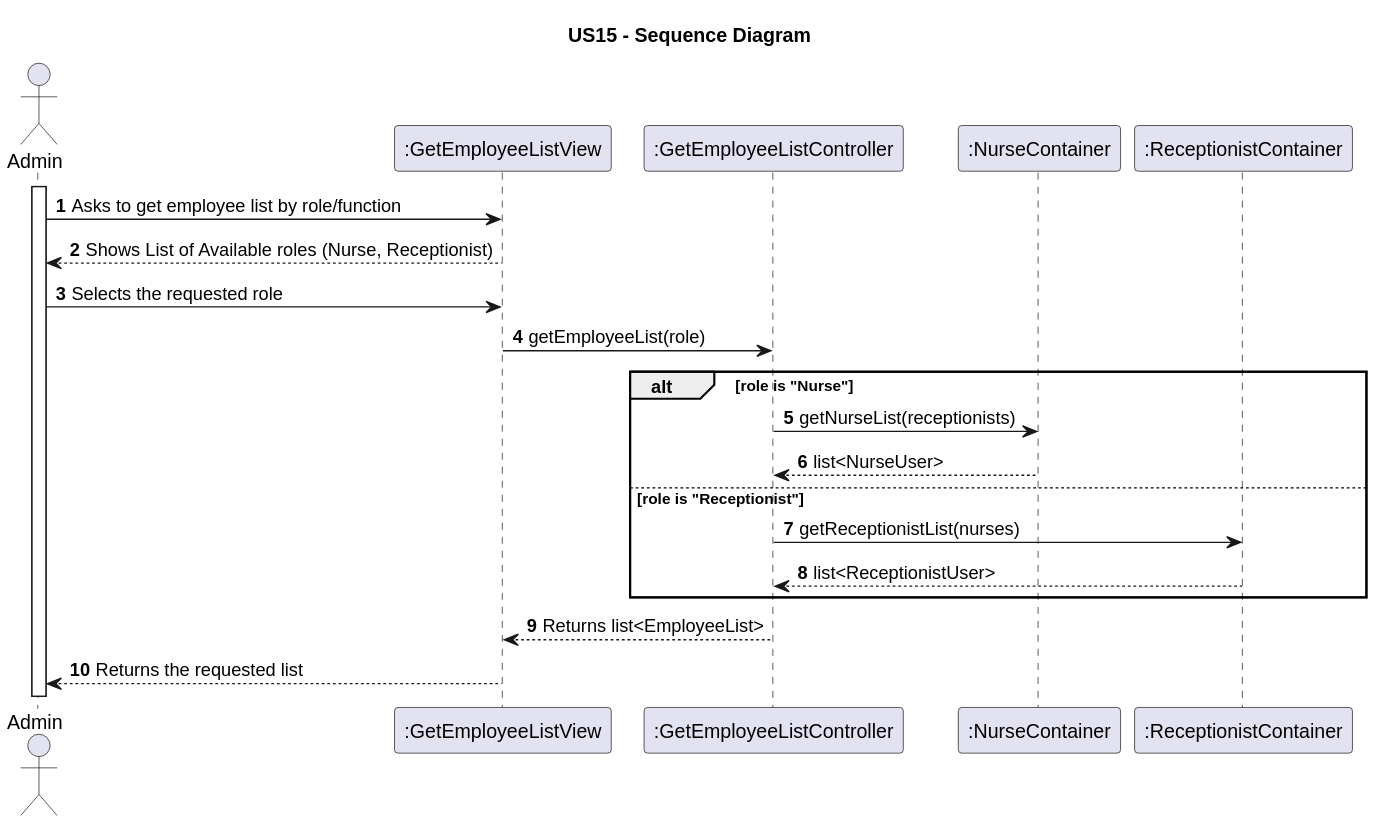
Above: docs/system-documentation/US15/svg/US15-SD.svg in pedroguilherme-web/leti-esoft-25-26-A1 (PlantUML), before the change. The source it was exported from:
```plantuml
@startuml
title US15 - Sequence Diagram

actor "Admin" as Admin
participant ":GetEmployeeListView" as View
participant ":GetEmployeeListController" as Controller
participant ":NurseContainer" as NurseRepo
participant ":ReceptionistContainer" as RecRepo

autonumber

activate Admin
Admin -> View: Asks to get employee list by role/function
View --> Admin: Shows List of Available roles (Nurse, Receptionist)
Admin -> View: Selects the requested role
View -> Controller: getEmployeeList(role)

alt role is "Nurse"
    Controller -> NurseRepo: getNurseList(receptionists)
    NurseRepo --> Controller: list<NurseUser>
else role is "Receptionist"
    Controller -> RecRepo: getReceptionistList(nurses)
    RecRepo --> Controller: list<ReceptionistUser>
end

Controller --> View: Returns list<EmployeeList>
View --> Admin: Returns the requested list
@enduml
```
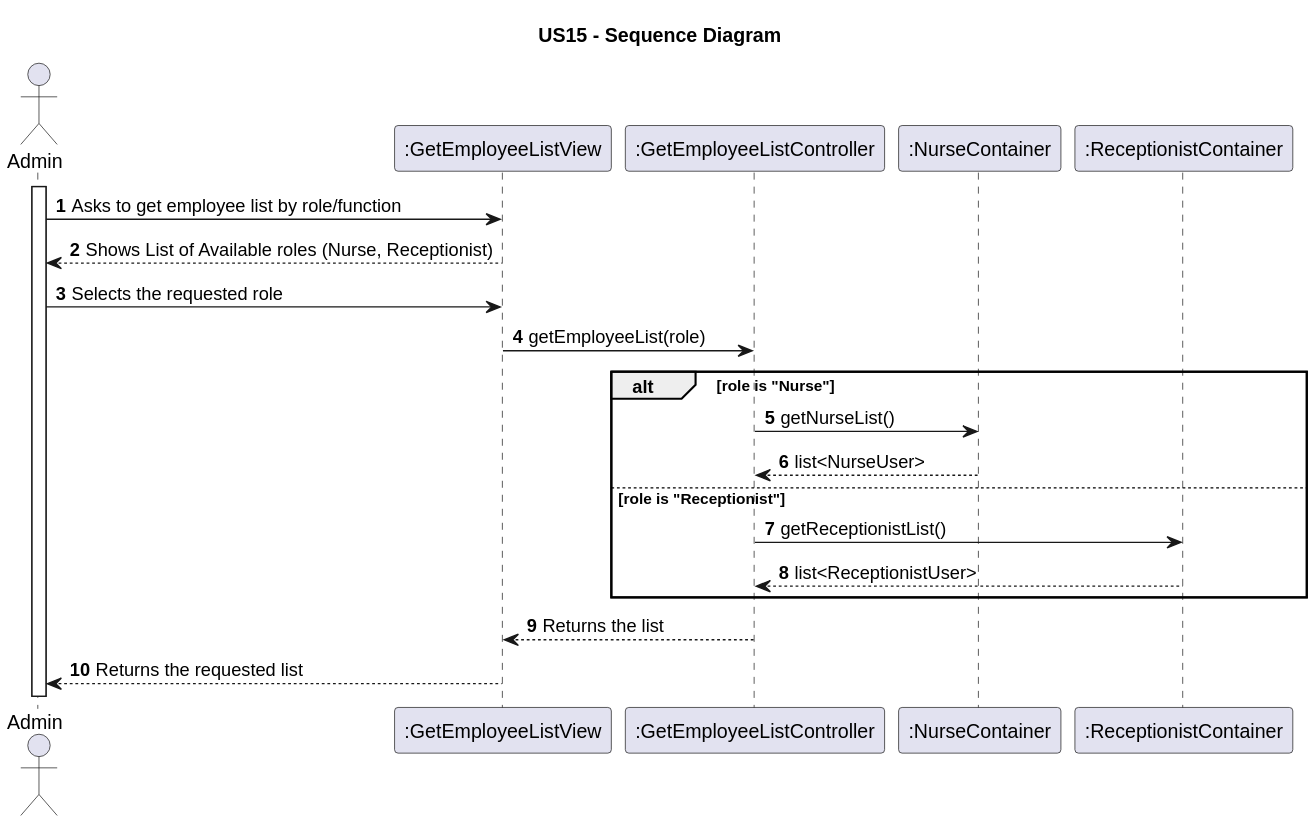
The same diagram one commit later.

The edit, as a diff of the source:
```diff
@@ -16,13 +16,13 @@
 View -> Controller: getEmployeeList(role)
 
 alt role is "Nurse"
-    Controller -> NurseRepo: getNurseList(receptionists)
+    Controller -> NurseRepo: getNurseList()
     NurseRepo --> Controller: list<NurseUser>
 else role is "Receptionist"
-    Controller -> RecRepo: getReceptionistList(nurses)
+    Controller -> RecRepo: getReceptionistList()
     RecRepo --> Controller: list<ReceptionistUser>
 end
 
-Controller --> View: Returns list<EmployeeList>
+Controller --> View: Returns the list
 View --> Admin: Returns the requested list
 @enduml
```
